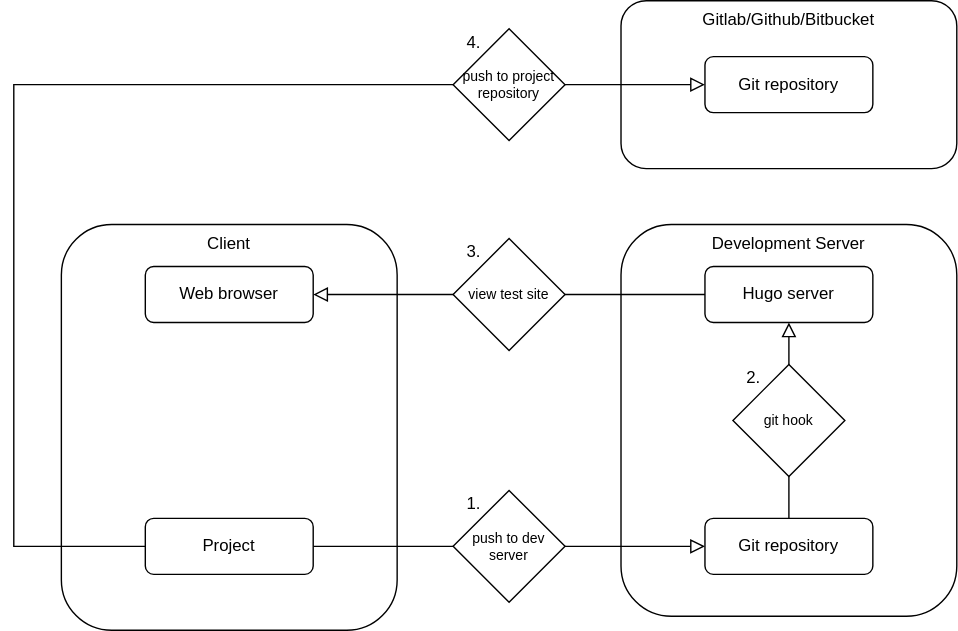
Earlier version of the draw.io export static/images/posts/development/hugo/pipeline.svg (chuckvalenza/portfolio). Source tidied: cells renumbered, new cells last; positions are measured from the earlier drawing's top-left corner, leaving out a move shared by most shapes.
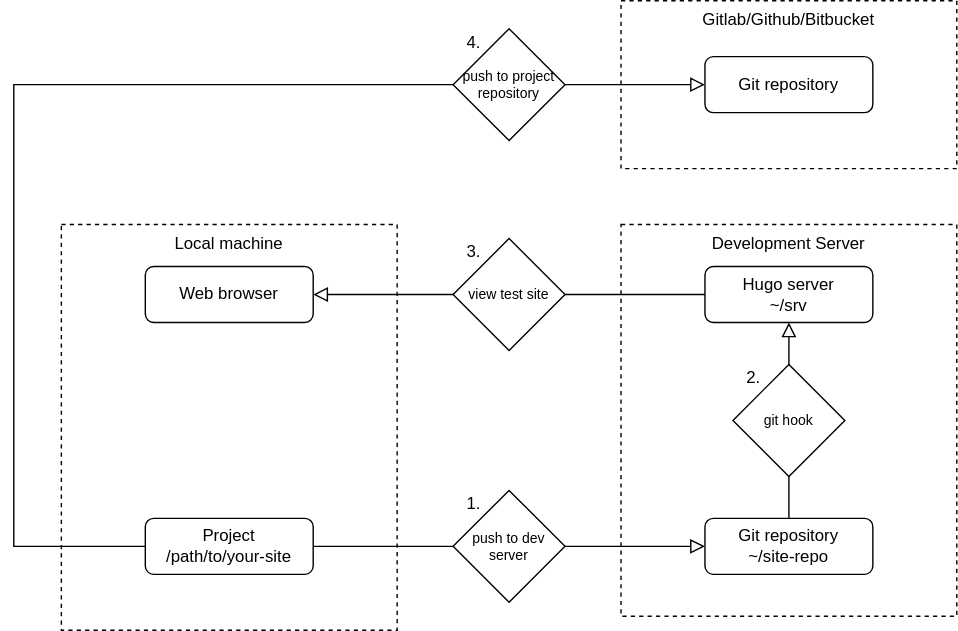
Later version of the same file.

Commit message:
Fix issues with Hugo pt. 1 walkthrough

Made script more robust to deal with theme cloning and non-default
port. Fixed inconsistencies with remote name. Added explanation of
git hooks.

The edit, as a diff of the source:
```diff
@@ -2,25 +2,25 @@
   <root>
     <mxCell id="0" />
     <mxCell id="1" parent="0" />
-    <mxCell id="2" value="Client" style="rounded=1;whiteSpace=wrap;html=1;fontSize=12;glass=0;strokeWidth=1;shadow=0;verticalAlign=top;" parent="1" vertex="1">
+    <mxCell id="2" value="Local machine" style="rounded=0;whiteSpace=wrap;html=1;fontSize=12;glass=0;strokeWidth=1;shadow=0;verticalAlign=top;dashed=1;" parent="1" vertex="1">
       <mxGeometry x="34" y="160" width="240" height="290" as="geometry" />
     </mxCell>
-    <mxCell id="3" value="Development Server" style="rounded=1;whiteSpace=wrap;html=1;fontSize=12;glass=0;strokeWidth=1;shadow=0;verticalAlign=top;" parent="1" vertex="1">
+    <mxCell id="3" value="Development Server" style="rounded=0;whiteSpace=wrap;html=1;fontSize=12;glass=0;strokeWidth=1;shadow=0;verticalAlign=top;dashed=1;" parent="1" vertex="1">
       <mxGeometry x="434" y="160" width="240" height="280" as="geometry" />
     </mxCell>
     <mxCell id="4" style="rounded=0;html=1;jettySize=auto;fontSize=11;endArrow=block;endFill=0;endSize=8;strokeWidth=1;shadow=0;labelBackgroundColor=none;edgeStyle=orthogonalEdgeStyle;" parent="1" edge="1" source="5" target="6">
       <mxGeometry relative="1" as="geometry" />
     </mxCell>
-    <mxCell id="5" value="Project" style="rounded=1;whiteSpace=wrap;html=1;fontSize=12;glass=0;strokeWidth=1;shadow=0;" parent="1" vertex="1">
+    <mxCell id="5" value="Project&lt;br&gt;/path/to/your-site" style="rounded=1;whiteSpace=wrap;html=1;fontSize=12;glass=0;strokeWidth=1;shadow=0;" parent="1" vertex="1">
       <mxGeometry x="94" y="370" width="120" height="40" as="geometry" />
     </mxCell>
-    <mxCell id="6" value="Git repository" style="rounded=1;whiteSpace=wrap;html=1;fontSize=12;glass=0;strokeWidth=1;shadow=0;" parent="1" vertex="1">
+    <mxCell id="6" value="Git repository&lt;br&gt;~/site-repo" style="rounded=1;whiteSpace=wrap;html=1;fontSize=12;glass=0;strokeWidth=1;shadow=0;" parent="1" vertex="1">
       <mxGeometry x="494" y="370" width="120" height="40" as="geometry" />
     </mxCell>
-    <mxCell id="7" value="Gitlab/Github/Bitbucket" style="rounded=1;whiteSpace=wrap;html=1;fontSize=12;glass=0;strokeWidth=1;shadow=0;verticalAlign=top;" parent="1" vertex="1">
+    <mxCell id="7" value="Gitlab/Github/Bitbucket" style="rounded=0;whiteSpace=wrap;html=1;fontSize=12;glass=0;strokeWidth=1;shadow=0;verticalAlign=top;dashed=1;" parent="1" vertex="1">
       <mxGeometry x="434" width="240" height="120" as="geometry" />
     </mxCell>
-    <mxCell id="8" value="Hugo server" style="rounded=1;whiteSpace=wrap;html=1;fontSize=12;glass=0;strokeWidth=1;shadow=0;" parent="1" vertex="1">
+    <mxCell id="8" value="Hugo server&lt;br&gt;~/srv" style="rounded=1;whiteSpace=wrap;html=1;fontSize=12;glass=0;strokeWidth=1;shadow=0;" parent="1" vertex="1">
       <mxGeometry x="494" y="190" width="120" height="40" as="geometry" />
     </mxCell>
     <mxCell id="9" style="rounded=0;html=1;jettySize=auto;fontSize=11;endArrow=block;endFill=0;endSize=8;strokeWidth=1;shadow=0;labelBackgroundColor=none;edgeStyle=orthogonalEdgeStyle;" parent="1" edge="1" source="6" target="8">
```
